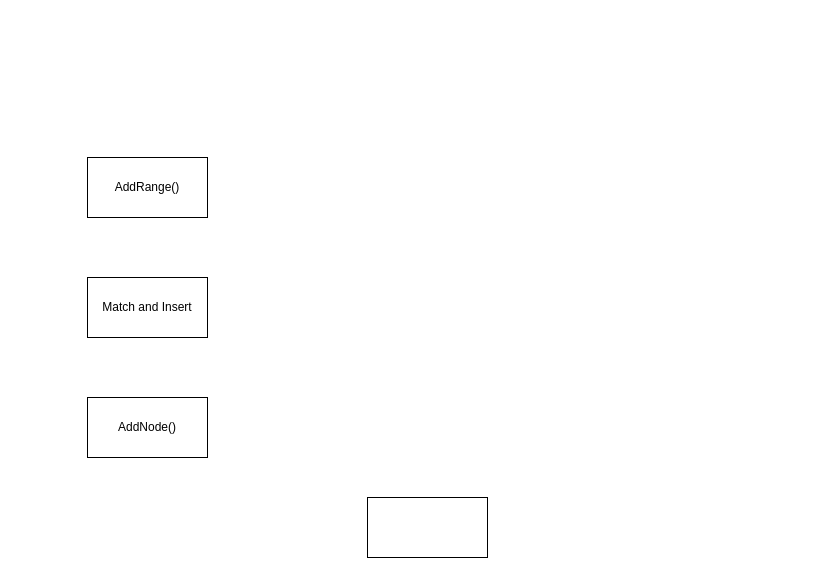
This is Untitled Diagram.drawio from yanzongt/yanzongt.github.io, a draw.io file, before an edit. Source tidied: cells renumbered, new cells numbered last; positions are measured from the earlier drawing's top-left corner, leaving out a move shared by most shapes. Both pictures are drawn from the tidied source at 100%, with x=0, y=0 at pixel (87, 157).
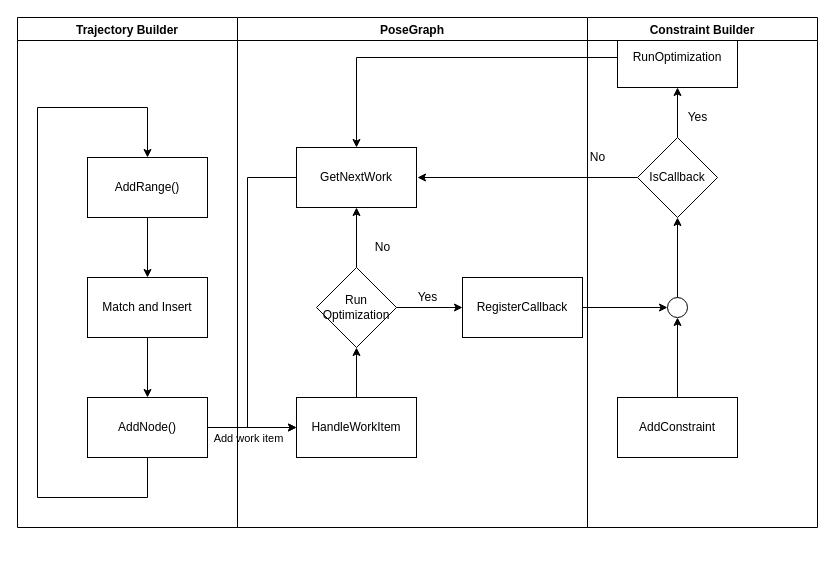
After the change.

Unchanged cells that the change refers to:
```xml
<mxCell id="2" value="AddRange()" style="rounded=0;whiteSpace=wrap;html=1;" parent="1" vertex="1">
  <mxGeometry width="120" height="60" as="geometry" />
</mxCell>
<mxCell id="3" value="Match and Insert" style="rounded=0;whiteSpace=wrap;html=1;" parent="1" vertex="1">
  <mxGeometry y="120" width="120" height="60" as="geometry" />
</mxCell>
<mxCell id="4" value="AddNode()" style="rounded=0;whiteSpace=wrap;html=1;" parent="1" vertex="1">
  <mxGeometry y="240" width="120" height="60" as="geometry" />
</mxCell>
```

Diff of the diagram source:
```diff
@@
+    <mxCell id="6" style="edgeStyle=orthogonalEdgeStyle;rounded=0;jettySize=auto;html=1;" parent="1" edge="1" source="2" target="3">
+      <mxGeometry relative="1" as="geometry" />
+    </mxCell>
@@
+    <mxCell id="7" style="edgeStyle=orthogonalEdgeStyle;rounded=0;jettySize=auto;html=1;" parent="1" edge="1" source="3" target="4">
+      <mxGeometry relative="1" as="geometry" />
+    </mxCell>
@@
+    <mxCell id="8" style="edgeStyle=orthogonalEdgeStyle;rounded=0;jettySize=auto;html=1;entryX=0.5;entryY=0;entryDx=0;entryDy=0;" parent="1" edge="1" source="4" target="2">
+      <mxGeometry relative="1" as="geometry">
+        <Array as="points">
+          <mxPoint x="60" y="340" />
+          <mxPoint x="-50" y="340" />
+          <mxPoint x="-50" y="-50" />
+          <mxPoint x="60" y="-50" />
+        </Array>
+      </mxGeometry>
+    </mxCell>
+    <mxCell id="9" style="edgeStyle=orthogonalEdgeStyle;rounded=0;jettySize=auto;html=1;" parent="1" edge="1" source="4" target="5">
+      <mxGeometry relative="1" as="geometry" />
+    </mxCell>
+    <mxCell id="10" value="Add work item" style="edgeLabel;html=1;align=center;verticalAlign=middle;" parent="9" vertex="1">
+      <mxGeometry x="-0.28" y="1" relative="1" as="geometry">
+        <mxPoint x="8" y="11" as="offset" />
+      </mxGeometry>
+    </mxCell>
@@
+    <mxCell id="11" style="edgeStyle=orthogonalEdgeStyle;rounded=0;jettySize=auto;html=1;" parent="1" edge="1" source="5" target="14">
+      <mxGeometry relative="1" as="geometry" />
+    </mxCell>
-    <mxCell id="5" style="rounded=0;whiteSpace=wrap;html=1;" parent="1" vertex="1">
-      <mxGeometry x="280" y="340" width="120" height="60" as="geometry" />
+    <mxCell id="5" value="HandleWorkItem" style="rounded=0;whiteSpace=wrap;html=1;" parent="1" vertex="1">
+      <mxGeometry x="209" y="240" width="120" height="60" as="geometry" />
     </mxCell>
+    <mxCell id="12" style="edgeStyle=orthogonalEdgeStyle;rounded=0;jettySize=auto;html=1;" parent="1" edge="1" source="14" target="15">
+      <mxGeometry relative="1" as="geometry" />
+    </mxCell>
+    <mxCell id="13" style="edgeStyle=orthogonalEdgeStyle;rounded=0;jettySize=auto;html=1;" parent="1" edge="1" source="14" target="17">
+      <mxGeometry relative="1" as="geometry" />
+    </mxCell>
+    <mxCell id="14" value="Run Optimization" style="rhombus;whiteSpace=wrap;html=1;" parent="1" vertex="1">
+      <mxGeometry x="229" y="110" width="80" height="80" as="geometry" />
+    </mxCell>
+    <mxCell id="15" value="RegisterCallback" style="whiteSpace=wrap;html=1;" parent="1" vertex="1">
+      <mxGeometry x="375" y="120" width="120" height="60" as="geometry" />
+    </mxCell>
+    <mxCell id="16" style="edgeStyle=orthogonalEdgeStyle;rounded=0;jettySize=auto;html=1;entryX=0;entryY=0.5;entryDx=0;entryDy=0;" parent="1" edge="1" source="17" target="5">
+      <mxGeometry relative="1" as="geometry">
+        <Array as="points">
+          <mxPoint x="160" y="20" />
+          <mxPoint x="160" y="270" />
+        </Array>
+      </mxGeometry>
+    </mxCell>
+    <mxCell id="17" value="GetNextWork" style="whiteSpace=wrap;html=1;" parent="1" vertex="1">
+      <mxGeometry x="209" y="-10" width="120" height="60" as="geometry" />
+    </mxCell>
+    <mxCell id="18" style="edgeStyle=orthogonalEdgeStyle;rounded=0;jettySize=auto;html=1;" parent="1" edge="1" source="26" target="22">
+      <mxGeometry relative="1" as="geometry" />
+    </mxCell>
+    <mxCell id="19" value="AddConstraint" style="rounded=0;whiteSpace=wrap;html=1;" parent="1" vertex="1">
+      <mxGeometry x="530" y="240" width="120" height="60" as="geometry" />
+    </mxCell>
+    <mxCell id="20" style="edgeStyle=orthogonalEdgeStyle;rounded=0;jettySize=auto;html=1;" parent="1" edge="1" source="22" target="24">
+      <mxGeometry relative="1" as="geometry" />
+    </mxCell>
+    <mxCell id="21" style="edgeStyle=orthogonalEdgeStyle;rounded=0;jettySize=auto;html=1;" parent="1" edge="1" source="22">
+      <mxGeometry relative="1" as="geometry">
+        <mxPoint x="330" y="20" as="targetPoint" />
+      </mxGeometry>
+    </mxCell>
+    <mxCell id="22" value="IsCallback" style="rhombus;whiteSpace=wrap;html=1;rounded=0;" parent="1" vertex="1">
+      <mxGeometry x="550" y="-20" width="80" height="80" as="geometry" />
+    </mxCell>
+    <mxCell id="23" style="edgeStyle=orthogonalEdgeStyle;rounded=0;jettySize=auto;html=1;entryX=0.5;entryY=0;entryDx=0;entryDy=0;" parent="1" edge="1" source="24" target="17">
+      <mxGeometry relative="1" as="geometry" />
+    </mxCell>
+    <mxCell id="24" value="RunOptimization" style="whiteSpace=wrap;html=1;rounded=0;" parent="1" vertex="1">
+      <mxGeometry x="530" y="-130" width="120" height="60" as="geometry" />
+    </mxCell>
+    <mxCell id="25" style="endArrow=classic;html=1;exitX=1;exitY=0.5;exitDx=0;exitDy=0;entryX=0;entryY=0.5;entryDx=0;entryDy=0;" parent="1" edge="1" source="15" target="26">
+      <mxGeometry relative="1" as="geometry" />
+    </mxCell>
+    <mxCell id="26" style="ellipse;whiteSpace=wrap;html=1;" parent="1" vertex="1">
+      <mxGeometry x="580" y="140" width="20" height="20" as="geometry" />
+    </mxCell>
+    <mxCell id="27" style="edgeStyle=orthogonalEdgeStyle;rounded=0;jettySize=auto;html=1;" parent="1" edge="1" source="19" target="26">
+      <mxGeometry relative="1" as="geometry" />
+    </mxCell>
+    <mxCell id="28" value="Yes" style="text;html=1;align=center;verticalAlign=middle;" parent="1" vertex="1">
+      <mxGeometry x="590" y="-50" width="40" height="20" as="geometry" />
+    </mxCell>
+    <mxCell id="29" value="No" style="text;html=1;align=center;verticalAlign=middle;" parent="1" vertex="1">
+      <mxGeometry x="495" y="-10" width="30" height="20" as="geometry" />
+    </mxCell>
+    <mxCell id="30" value="Yes" style="text;html=1;align=center;verticalAlign=middle;" parent="1" vertex="1">
+      <mxGeometry x="320" y="130" width="40" height="20" as="geometry" />
+    </mxCell>
+    <mxCell id="31" value="No" style="text;html=1;align=center;verticalAlign=middle;" parent="1" vertex="1">
+      <mxGeometry x="280" y="80" width="30" height="20" as="geometry" />
+    </mxCell>
+    <mxCell id="32" value="Trajectory Builder" style="swimlane;" parent="1" vertex="1">
+      <mxGeometry x="-70" y="-140" width="220" height="510" as="geometry" />
+    </mxCell>
+    <mxCell id="33" value="PoseGraph" style="swimlane;" parent="1" vertex="1">
+      <mxGeometry x="150" y="-140" width="350" height="510" as="geometry" />
+    </mxCell>
+    <mxCell id="34" value="Constraint Builder" style="swimlane;" parent="1" vertex="1">
+      <mxGeometry x="500" y="-140" width="230" height="510" as="geometry" />
+    </mxCell>
```
